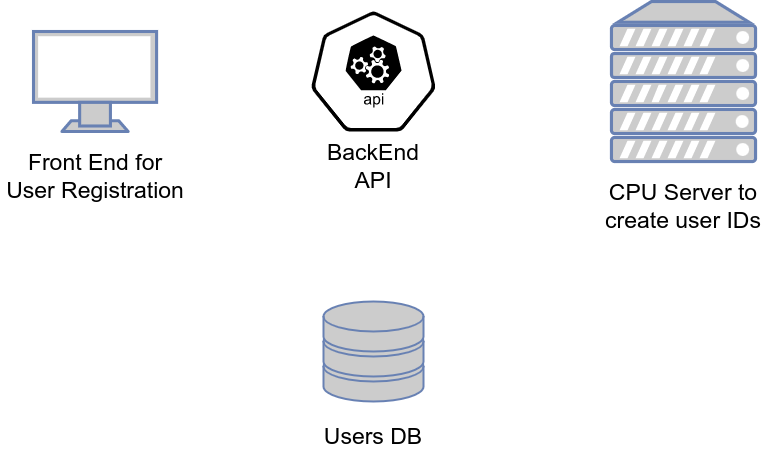
This is Intel DevCloud Flow.drawio.png from belanasaikiran/FlowCharts, a draw.io export, as it was before one commit. Source tidied: cells renumbered, new cells last; positions are measured from the earlier drawing's top-left corner, leaving out a move shared by most shapes.
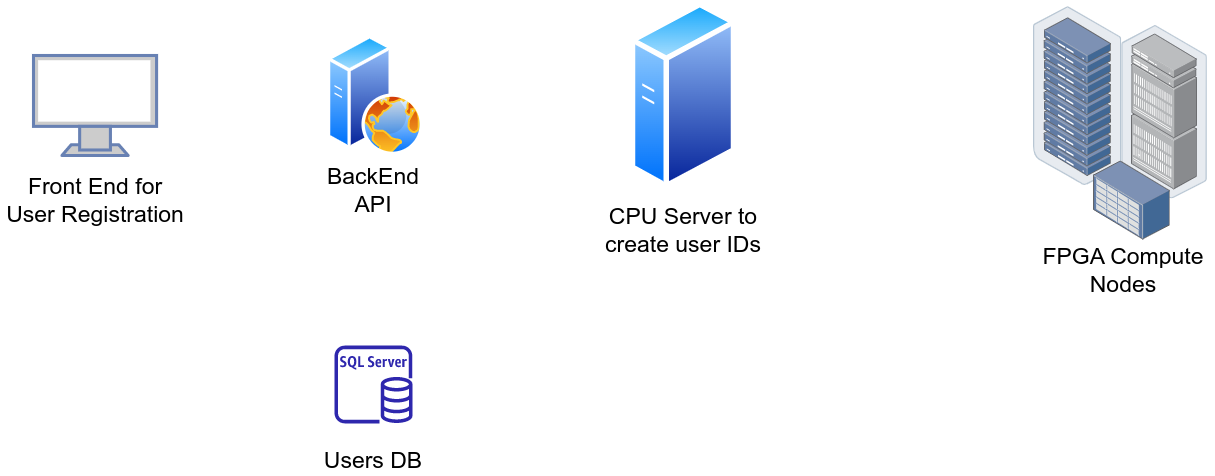
Later version of the same file.

Diff of the diagram source:
```diff
@@ -2,12 +2,6 @@
   <root>
     <mxCell id="0" />
     <mxCell id="1" parent="0" />
-    <mxCell id="2" style="sketch=0;html=1;dashed=0;whitespace=wrap;fillColor=default;strokeColor=default;verticalLabelPosition=bottom;align=center;verticalAlign=top;shape=mxgraph.kubernetes.icon;prIcon=api;fontFamily=Helvetica;fontSize=12;fontColor=default;" parent="1" vertex="1">
-      <mxGeometry x="295.4" y="10" width="155.3" height="120" as="geometry" />
-    </mxCell>
-    <mxCell id="3" style="fontColor=#0066CC;verticalAlign=top;verticalLabelPosition=bottom;labelPosition=center;align=center;html=1;fillColor=#CCCCCC;strokeColor=#6881B3;gradientColor=none;gradientDirection=north;strokeWidth=2;shape=mxgraph.networks.storage;fontSize=23;" parent="1" vertex="1">
-      <mxGeometry x="323" y="300" width="100" height="100" as="geometry" />
-    </mxCell>
     <mxCell id="4" style="fontColor=#0066CC;verticalAlign=top;verticalLabelPosition=bottom;labelPosition=center;align=center;html=1;fillColor=#CCCCCC;strokeColor=#6881B3;gradientColor=none;gradientDirection=north;strokeWidth=2;shape=mxgraph.networks.monitor;fontSize=23;" parent="1" vertex="1">
       <mxGeometry x="33" y="30" width="123.1" height="100" as="geometry" />
     </mxCell>
@@ -23,11 +17,29 @@
     <mxCell id="8" style="group;" parent="1" vertex="1">
       <mxGeometry x="593" width="180" height="200" as="geometry" />
     </mxCell>
-    <mxCell id="9" style="fontColor=#0066CC;verticalAlign=top;verticalLabelPosition=bottom;labelPosition=center;align=center;html=1;fillColor=#CCCCCC;strokeColor=#6881B3;gradientColor=none;gradientDirection=north;strokeWidth=2;shape=mxgraph.networks.server;fontSize=23;" parent="8" vertex="1">
-      <mxGeometry x="18" width="144" height="160" as="geometry" />
-    </mxCell>
     <mxCell id="10" value="CPU Server to create user IDs" style="text;html=1;strokeColor=none;fillColor=none;align=center;verticalAlign=middle;whiteSpace=wrap;rounded=0;fontSize=23;" parent="8" vertex="1">
       <mxGeometry y="190" width="180" height="30" as="geometry" />
     </mxCell>
+    <mxCell id="11" style="perimeter=ellipsePerimeter;html=1;align=center;shadow=0;dashed=0;spacingTop=3;image;image=img/lib/active_directory/generic_server.svg;fontSize=23;" parent="8" vertex="1">
+      <mxGeometry x="36.8" y="-25" width="106.4" height="190" as="geometry" />
+    </mxCell>
+    <mxCell id="12" style="perimeter=ellipsePerimeter;html=1;align=center;shadow=0;dashed=0;spacingTop=3;image;image=img/lib/active_directory/web_server.svg;fontSize=23;" parent="1" vertex="1">
+      <mxGeometry x="327" y="10" width="96" height="120" as="geometry" />
+    </mxCell>
+    <mxCell id="13" style="html=1;align=center;shadow=0;dashed=0;image;image=img/lib/allied_telesis/storage/Datacenter_Server_Rack.svg;fontSize=23;" parent="1" vertex="1">
+      <mxGeometry x="1033" y="-18.8" width="88.2" height="178.8" as="geometry" />
+    </mxCell>
+    <mxCell id="14" style="sketch=0;fontColor=#232F3E;gradientColor=none;fillColor=#2E27AD;strokeColor=none;dashed=0;verticalLabelPosition=bottom;verticalAlign=top;align=center;html=1;fontSize=12;fontStyle=0;shape=mxgraph.aws4.rds_sql_server_instance;" parent="1" vertex="1">
+      <mxGeometry x="334" y="320" width="78" height="78" as="geometry" />
+    </mxCell>
+    <mxCell id="15" style="html=1;align=center;shadow=0;dashed=0;image;image=img/lib/allied_telesis/storage/Datacenter_Server_Rack_EoR.svg;fontSize=23;" parent="1" vertex="1">
+      <mxGeometry x="1121.2" width="85.8" height="173.4" as="geometry" />
+    </mxCell>
+    <mxCell id="16" style="html=1;align=center;shadow=0;dashed=0;image;image=img/lib/allied_telesis/storage/Datacenter_Server_Storage_Unit_Large.svg;fontSize=23;" parent="1" vertex="1">
+      <mxGeometry x="1093" y="135.4" width="76.8" height="79.2" as="geometry" />
+    </mxCell>
+    <mxCell id="17" value="FPGA Compute Nodes" style="text;html=1;strokeColor=none;fillColor=none;align=center;verticalAlign=middle;whiteSpace=wrap;rounded=0;fontSize=23;" parent="1" vertex="1">
+      <mxGeometry x="1033" y="230" width="180" height="30" as="geometry" />
+    </mxCell>
   </root>
 </mxGraphModel>
```
